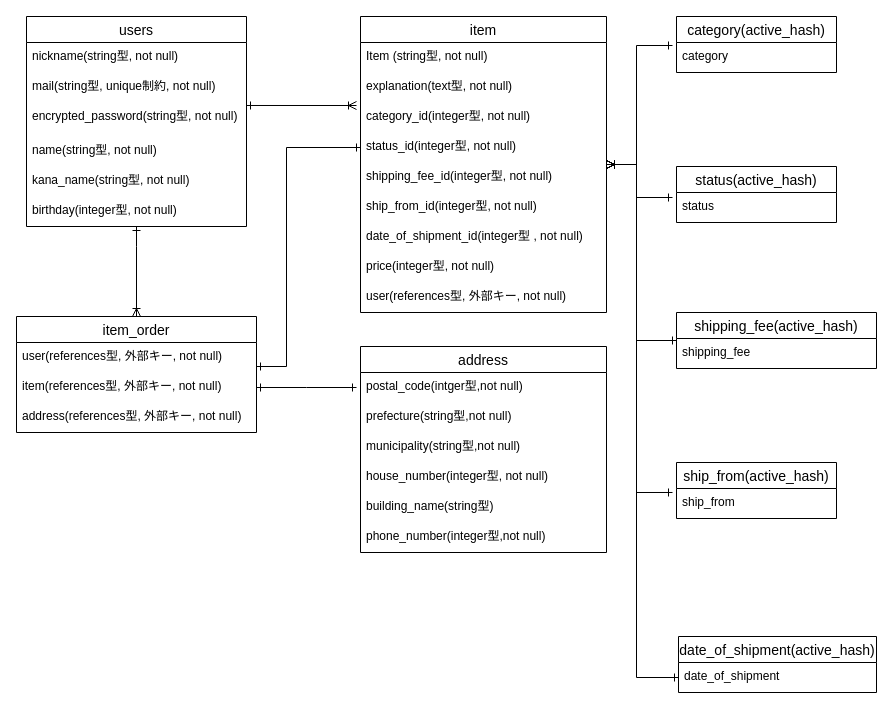
kmt0224/furima-38495 keeps this draw.io diagram as furima.dio. Above is the earlier version. Source tidied: cells renumbered, new cells numbered last; positions are measured from the earlier drawing's top-left corner, leaving out a move shared by most shapes. Both pictures are drawn from the tidied source at 100%, with x=0, y=0 at pixel (16, 16).
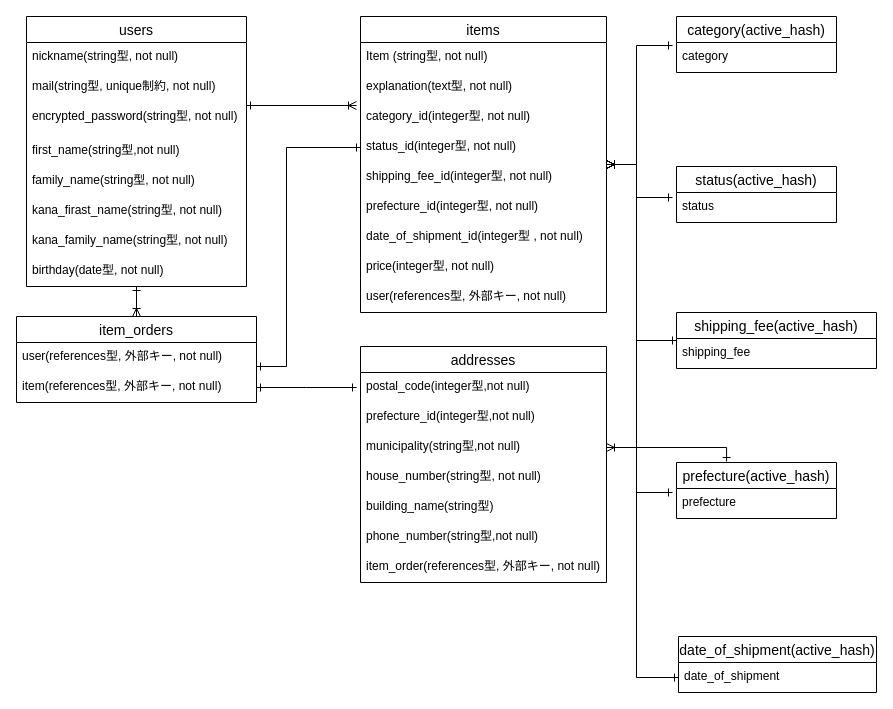
After the change.

Commit message (it also covers changes not shown here):
データベース設計の修正

Unchanged cells that the change refers to:
```xml
<mxCell id="34" value="municipality(string型,not null)&#10;" style="text;strokeColor=none;fillColor=none;spacingLeft=4;spacingRight=4;overflow=hidden;points=[[0,0.5],[1,0.5]];portConstraint=eastwest;fontSize=12;fontStyle=0;" parent="31" vertex="1">
  <mxGeometry y="86" width="246" height="30" as="geometry" />
</mxCell>
```

The edit, as a diff of the source:
```diff
@@
     <mxCell id="3" value="users" style="swimlane;fontStyle=0;horizontal=1;startSize=26;align=center;fontSize=14;" parent="1" vertex="1">
-      <mxGeometry x="10" width="220" height="210" as="geometry" />
+      <mxGeometry x="10" width="220" height="270" as="geometry" />
     </mxCell>
@@
+    <mxCell id="50" value="first_name(string型,not null)" style="text;strokeColor=none;fillColor=none;spacingLeft=4;spacingRight=4;overflow=hidden;fontSize=12;" parent="3" vertex="1">
+      <mxGeometry y="120" width="220" height="30" as="geometry" />
+    </mxCell>
-    <mxCell id="8" value="name(string型, not null)" style="text;strokeColor=none;fillColor=none;spacingLeft=4;spacingRight=4;overflow=hidden;fontSize=12;" parent="3" vertex="1">
-      <mxGeometry y="120" width="220" height="30" as="geometry" />
+    <mxCell id="8" value="family_name(string型, not null)" style="text;strokeColor=none;fillColor=none;spacingLeft=4;spacingRight=4;overflow=hidden;fontSize=12;" parent="3" vertex="1">
+      <mxGeometry y="150" width="220" height="30" as="geometry" />
     </mxCell>
-    <mxCell id="9" value="kana_name(string型, not null)" style="text;strokeColor=none;fillColor=none;spacingLeft=4;spacingRight=4;overflow=hidden;fontSize=12;" parent="3" vertex="1">
-      <mxGeometry y="150" width="220" height="30" as="geometry" />
+    <mxCell id="9" value="kana_firast_name(string型, not null)" style="text;strokeColor=none;fillColor=none;spacingLeft=4;spacingRight=4;overflow=hidden;fontSize=12;" parent="3" vertex="1">
+      <mxGeometry y="180" width="220" height="30" as="geometry" />
     </mxCell>
+    <mxCell id="51" value="kana_family_name(string型, not null)" style="text;strokeColor=none;fillColor=none;spacingLeft=4;spacingRight=4;overflow=hidden;fontSize=12;" parent="3" vertex="1">
+      <mxGeometry y="210" width="220" height="30" as="geometry" />
+    </mxCell>
-    <mxCell id="10" value="birthday(integer型, not null)" style="text;strokeColor=none;fillColor=none;spacingLeft=4;spacingRight=4;overflow=hidden;fontSize=12;" parent="3" vertex="1">
-      <mxGeometry y="180" width="220" height="30" as="geometry" />
+    <mxCell id="10" value="birthday(date型, not null)" style="text;strokeColor=none;fillColor=none;spacingLeft=4;spacingRight=4;overflow=hidden;fontSize=12;" parent="3" vertex="1">
+      <mxGeometry y="240" width="220" height="30" as="geometry" />
     </mxCell>
@@
-    <mxCell id="16" value="item" style="swimlane;fontStyle=0;horizontal=1;startSize=26;align=center;fontSize=14;" parent="1" vertex="1">
+    <mxCell id="16" value="items" style="swimlane;fontStyle=0;horizontal=1;startSize=26;align=center;fontSize=14;" parent="1" vertex="1">
       <mxGeometry x="344" width="246" height="296" as="geometry" />
     </mxCell>
@@
-    <mxCell id="22" value="ship_from_id(integer型, not null)" style="text;strokeColor=none;fillColor=none;spacingLeft=4;spacingRight=4;overflow=hidden;fontSize=12;" parent="16" vertex="1">
+    <mxCell id="22" value="prefecture_id(integer型, not null)" style="text;strokeColor=none;fillColor=none;spacingLeft=4;spacingRight=4;overflow=hidden;fontSize=12;" parent="16" vertex="1">
       <mxGeometry y="176" width="246" height="30" as="geometry" />
     </mxCell>
@@
-    <mxCell id="27" value="item_order" style="swimlane;fontStyle=0;horizontal=1;startSize=26;align=center;fontSize=14;" parent="1" vertex="1">
-      <mxGeometry y="300" width="240" height="116" as="geometry" />
+    <mxCell id="27" value="item_orders" style="swimlane;fontStyle=0;horizontal=1;startSize=26;align=center;fontSize=14;" parent="1" vertex="1">
+      <mxGeometry y="300" width="240" height="86" as="geometry" />
     </mxCell>
@@
-    <mxCell id="30" value="address(references型, 外部キー, not null)" style="text;strokeColor=none;fillColor=none;spacingLeft=4;spacingRight=4;overflow=hidden;fontSize=12;" parent="27" vertex="1">
-      <mxGeometry y="86" width="240" height="30" as="geometry" />
-    </mxCell>
+    <mxCell id="52" style="edgeStyle=orthogonalEdgeStyle;rounded=0;html=1;startArrow=ERoneToMany;startFill=0;endArrow=ERone;endFill=0;entryX=0.313;entryY=-0.018;entryDx=0;entryDy=0;entryPerimeter=0;" parent="1" edge="1" source="34" target="46">
+      <mxGeometry relative="1" as="geometry" />
+    </mxCell>
-    <mxCell id="31" value="address" style="swimlane;fontStyle=0;horizontal=1;startSize=26;align=center;fontSize=14;" parent="1" vertex="1">
-      <mxGeometry x="344" y="330" width="246" height="206" as="geometry" />
+    <mxCell id="31" value="addresses" style="swimlane;fontStyle=0;horizontal=1;startSize=26;align=center;fontSize=14;" parent="1" vertex="1">
+      <mxGeometry x="344" y="330" width="246" height="236" as="geometry" />
     </mxCell>
-    <mxCell id="32" value="postal_code(intger型,not null)" style="text;strokeColor=none;fillColor=none;spacingLeft=4;spacingRight=4;overflow=hidden;fontSize=12;" parent="31" vertex="1">
+    <mxCell id="32" value="postal_code(integer型,not null)" style="text;strokeColor=none;fillColor=none;spacingLeft=4;spacingRight=4;overflow=hidden;fontSize=12;" parent="31" vertex="1">
       <mxGeometry y="26" width="246" height="30" as="geometry" />
     </mxCell>
-    <mxCell id="33" value="prefecture(string型,not null)" style="text;strokeColor=none;fillColor=none;spacingLeft=4;spacingRight=4;overflow=hidden;fontSize=12;" parent="31" vertex="1">
+    <mxCell id="33" value="prefecture_id(integer型,not null)" style="text;strokeColor=none;fillColor=none;spacingLeft=4;spacingRight=4;overflow=hidden;fontSize=12;" parent="31" vertex="1">
       <mxGeometry y="56" width="246" height="30" as="geometry" />
     </mxCell>
@@
-    <mxCell id="35" value="house_number(integer型, not null)&#10;" style="text;strokeColor=none;fillColor=none;spacingLeft=4;spacingRight=4;overflow=hidden;fontSize=12;" parent="31" vertex="1">
+    <mxCell id="35" value="house_number(string型, not null)&#10;" style="text;strokeColor=none;fillColor=none;spacingLeft=4;spacingRight=4;overflow=hidden;fontSize=12;" parent="31" vertex="1">
       <mxGeometry y="116" width="246" height="30" as="geometry" />
     </mxCell>
@@
-    <mxCell id="37" value="phone_number(integer型,not null)" style="text;strokeColor=none;fillColor=none;spacingLeft=4;spacingRight=4;overflow=hidden;fontSize=12;" parent="31" vertex="1">
+    <mxCell id="37" value="phone_number(string型,not null)" style="text;strokeColor=none;fillColor=none;spacingLeft=4;spacingRight=4;overflow=hidden;fontSize=12;" parent="31" vertex="1">
       <mxGeometry y="176" width="246" height="30" as="geometry" />
     </mxCell>
+    <mxCell id="53" value="item_order(references型, 外部キー, not null)" style="text;strokeColor=none;fillColor=none;spacingLeft=4;spacingRight=4;overflow=hidden;fontSize=12;" parent="31" vertex="1">
+      <mxGeometry y="206" width="246" height="30" as="geometry" />
+    </mxCell>
@@
-    <mxCell id="46" value="ship_from(active_hash)" style="swimlane;fontStyle=0;horizontal=1;startSize=26;align=center;fontSize=14;" parent="1" vertex="1">
+    <mxCell id="46" value="prefecture(active_hash)" style="swimlane;fontStyle=0;horizontal=1;startSize=26;align=center;fontSize=14;" parent="1" vertex="1">
       <mxGeometry x="660" y="446" width="160" height="56" as="geometry" />
     </mxCell>
-    <mxCell id="47" value="ship_from" style="text;strokeColor=none;fillColor=none;spacingLeft=4;spacingRight=4;overflow=hidden;points=[[0,0.5],[1,0.5]];portConstraint=eastwest;fontSize=12;" parent="46" vertex="1">
+    <mxCell id="47" value="prefecture" style="text;strokeColor=none;fillColor=none;spacingLeft=4;spacingRight=4;overflow=hidden;points=[[0,0.5],[1,0.5]];portConstraint=eastwest;fontSize=12;" parent="46" vertex="1">
       <mxGeometry y="26" width="160" height="30" as="geometry" />
     </mxCell>
```
